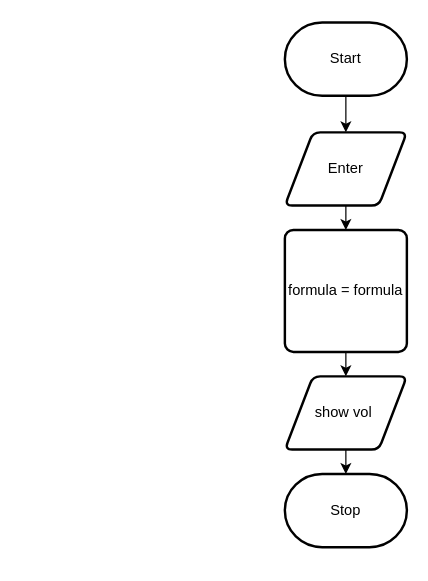
Before: design/flowchart.drawio in Johanna-liu16/ICS2O-Unit-5-01, a draw.io diagram. Source tidied: cells renumbered, new cells numbered last; positions are measured from the earlier drawing's top-left corner, leaving out a move shared by most shapes. Both pictures are drawn from the tidied source at 122%, with x=0, y=0 at pixel (284, 22).
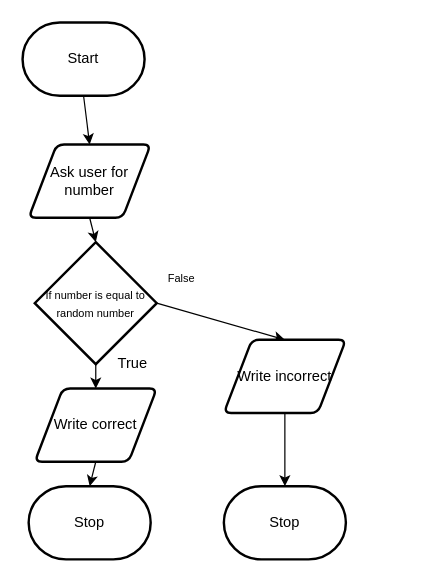
The same diagram, later.

The edit, as a diff of the source:
```diff
@@
 <mxGraphModel>
   <root>
     <mxCell id="0" />
     <mxCell id="1" parent="0" />
-    <mxCell id="2" style="edgeStyle=none;html=1;exitX=0.5;exitY=1;exitDx=0;exitDy=0;exitPerimeter=0;entryX=0.5;entryY=0;entryDx=0;entryDy=0;" parent="1" edge="1" source="3" target="5">
+    <mxCell id="2" style="edgeStyle=none;html=1;exitX=0.5;exitY=1;exitDx=0;exitDy=0;exitPerimeter=0;entryX=0.5;entryY=0;entryDx=0;entryDy=0;" parent="1" edge="1" source="3" target="16">
       <mxGeometry relative="1" as="geometry" />
     </mxCell>
     <mxCell id="3" value="Start" style="strokeWidth=2;html=1;shape=mxgraph.flowchart.terminator;whiteSpace=wrap;" parent="1" vertex="1">
-      <mxGeometry width="100" height="60" as="geometry" />
+      <mxGeometry x="-215" width="100" height="60" as="geometry" />
     </mxCell>
-    <mxCell id="4" style="edgeStyle=none;html=1;exitX=0.5;exitY=1;exitDx=0;exitDy=0;" parent="1" edge="1" source="5" target="7">
-      <mxGeometry relative="1" as="geometry" />
-    </mxCell>
-    <mxCell id="5" value="Enter" style="shape=parallelogram;html=1;strokeWidth=2;perimeter=parallelogramPerimeter;whiteSpace=wrap;rounded=1;arcSize=12;size=0.23;" parent="1" vertex="1">
-      <mxGeometry y="90" width="100" height="60" as="geometry" />
-    </mxCell>
-    <mxCell id="6" style="edgeStyle=none;html=1;exitX=0.5;exitY=1;exitDx=0;exitDy=0;" parent="1" edge="1" source="7" target="9">
-      <mxGeometry relative="1" as="geometry" />
-    </mxCell>
-    <mxCell id="7" value="formula = formula" style="rounded=1;whiteSpace=wrap;html=1;absoluteArcSize=1;arcSize=14;strokeWidth=2;" parent="1" vertex="1">
-      <mxGeometry y="170" width="100" height="100" as="geometry" />
-    </mxCell>
     <mxCell id="8" style="edgeStyle=none;html=1;exitX=0.5;exitY=1;exitDx=0;exitDy=0;entryX=0.5;entryY=0;entryDx=0;entryDy=0;entryPerimeter=0;" parent="1" edge="1" source="9" target="10">
       <mxGeometry relative="1" as="geometry" />
     </mxCell>
-    <mxCell id="9" value="show vol&amp;nbsp;" style="shape=parallelogram;html=1;strokeWidth=2;perimeter=parallelogramPerimeter;whiteSpace=wrap;rounded=1;arcSize=12;size=0.23;" parent="1" vertex="1">
-      <mxGeometry y="290" width="100" height="60" as="geometry" />
+    <mxCell id="9" value="Write correct" style="shape=parallelogram;html=1;strokeWidth=2;perimeter=parallelogramPerimeter;whiteSpace=wrap;rounded=1;arcSize=12;size=0.23;" parent="1" vertex="1">
+      <mxGeometry x="-205" y="300" width="100" height="60" as="geometry" />
     </mxCell>
     <mxCell id="10" value="Stop" style="strokeWidth=2;html=1;shape=mxgraph.flowchart.terminator;whiteSpace=wrap;" parent="1" vertex="1">
-      <mxGeometry y="370" width="100" height="60" as="geometry" />
+      <mxGeometry x="-210" y="380" width="100" height="60" as="geometry" />
     </mxCell>
+    <mxCell id="11" style="edgeStyle=none;html=1;exitX=0.5;exitY=1;exitDx=0;exitDy=0;exitPerimeter=0;entryX=0.5;entryY=0;entryDx=0;entryDy=0;" parent="1" edge="1" source="13" target="9">
+      <mxGeometry relative="1" as="geometry" />
+    </mxCell>
+    <mxCell id="12" style="edgeStyle=none;html=1;exitX=1;exitY=0.5;exitDx=0;exitDy=0;exitPerimeter=0;entryX=0.5;entryY=0;entryDx=0;entryDy=0;fontSize=12;" parent="1" edge="1" source="13" target="19">
+      <mxGeometry relative="1" as="geometry" />
+    </mxCell>
+    <mxCell id="13" value="&lt;font style=&quot;font-size: 9px&quot;&gt;If number is equal to random number&lt;/font&gt;" style="strokeWidth=2;html=1;shape=mxgraph.flowchart.decision;whiteSpace=wrap;" parent="1" vertex="1">
+      <mxGeometry x="-205" y="180" width="100" height="100" as="geometry" />
+    </mxCell>
+    <mxCell id="14" value="True" style="text;html=1;align=center;verticalAlign=middle;strokeColor=none;fillColor=none;" parent="1" vertex="1">
+      <mxGeometry x="-145" y="270" width="40" height="20" as="geometry" />
+    </mxCell>
+    <mxCell id="15" style="edgeStyle=none;html=1;exitX=0.5;exitY=1;exitDx=0;exitDy=0;entryX=0.5;entryY=0;entryDx=0;entryDy=0;entryPerimeter=0;fontSize=10;" parent="1" edge="1" source="16" target="13">
+      <mxGeometry relative="1" as="geometry" />
+    </mxCell>
+    <mxCell id="16" value="Ask user for number" style="shape=parallelogram;html=1;strokeWidth=2;perimeter=parallelogramPerimeter;whiteSpace=wrap;rounded=1;arcSize=12;size=0.23;" parent="1" vertex="1">
+      <mxGeometry x="-210" y="100" width="100" height="60" as="geometry" />
+    </mxCell>
+    <mxCell id="17" value="False" style="text;html=1;align=center;verticalAlign=middle;strokeColor=none;fillColor=none;fontSize=9;" parent="1" vertex="1">
+      <mxGeometry x="-105" y="200" width="40" height="20" as="geometry" />
+    </mxCell>
+    <mxCell id="18" style="edgeStyle=none;html=1;exitX=0.5;exitY=1;exitDx=0;exitDy=0;fontSize=12;entryX=0.5;entryY=0;entryDx=0;entryDy=0;entryPerimeter=0;" parent="1" edge="1" source="19" target="20">
+      <mxGeometry relative="1" as="geometry" />
+    </mxCell>
+    <mxCell id="19" value="Write incorrect" style="shape=parallelogram;html=1;strokeWidth=2;perimeter=parallelogramPerimeter;whiteSpace=wrap;rounded=1;arcSize=12;size=0.23;fontSize=12;" parent="1" vertex="1">
+      <mxGeometry x="-50" y="260" width="100" height="60" as="geometry" />
+    </mxCell>
+    <mxCell id="20" value="Stop" style="strokeWidth=2;html=1;shape=mxgraph.flowchart.terminator;whiteSpace=wrap;fontSize=12;" parent="1" vertex="1">
+      <mxGeometry x="-50" y="380" width="100" height="60" as="geometry" />
+    </mxCell>
   </root>
 </mxGraphModel>
```
